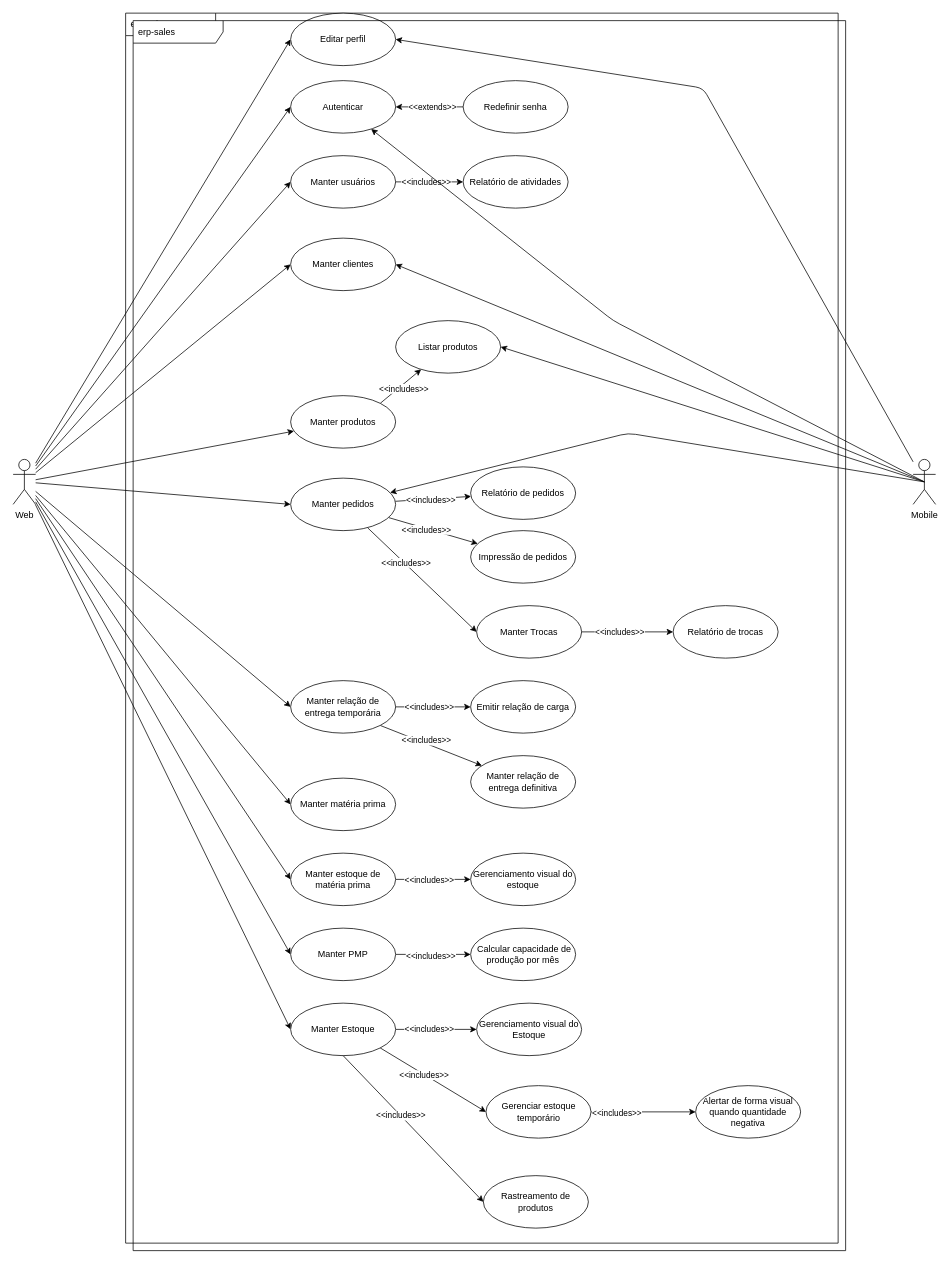
This is documentation/usecase-diagram.drawio from gabrielmrenno/erp_sales, a draw.io file, before an edit. Source tidied: cells renumbered, new cells numbered last; positions are measured from the earlier drawing's top-left corner, leaving out a move shared by most shapes. Both pictures are drawn from the tidied source at 75%, with x=0, y=0 at pixel (13, 13).
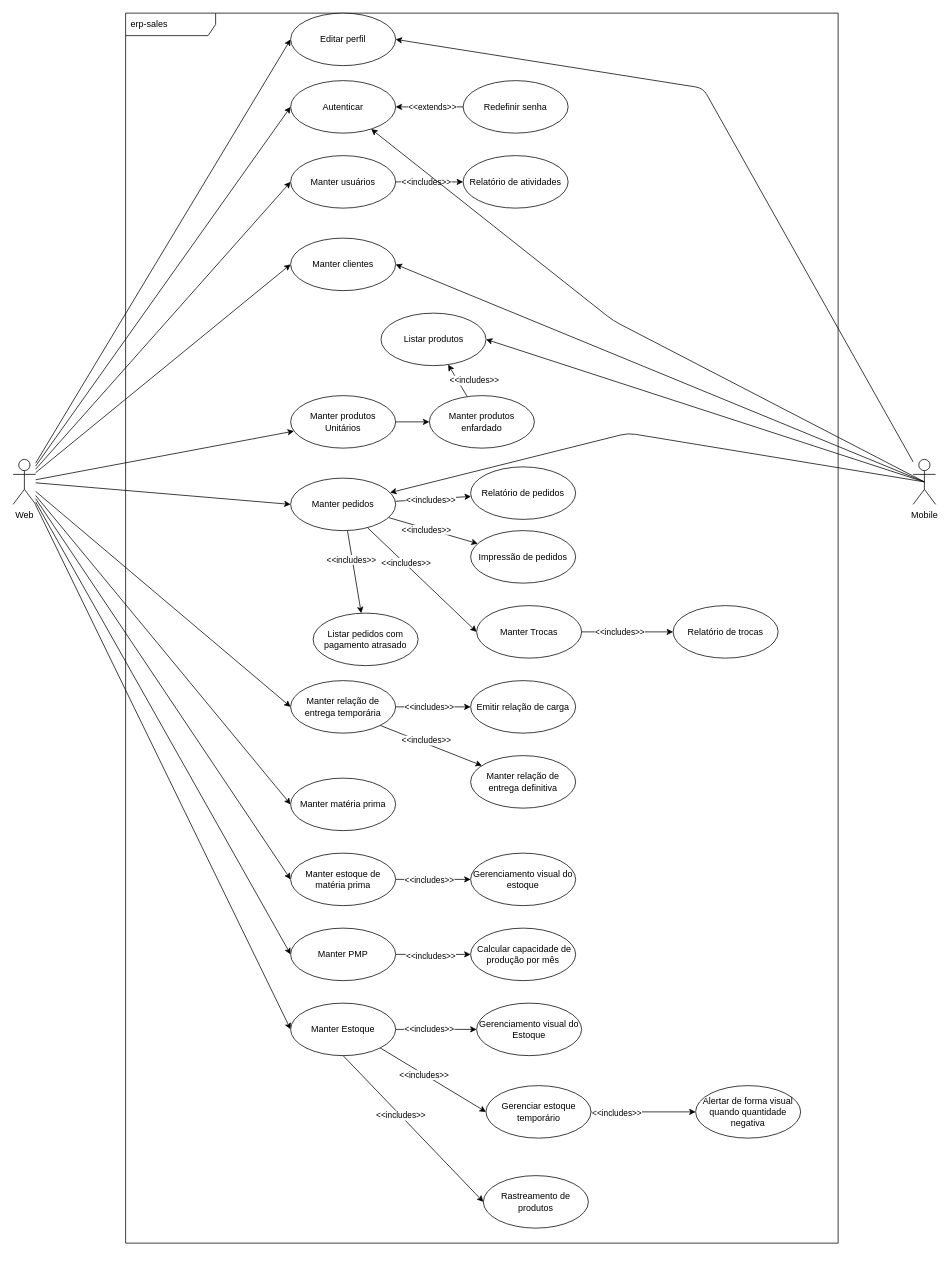
The same diagram, later.

Commit message (it also covers changes not shown here):
[ADD] Order table on class diagram, update Customer table and add list of payment delayed on use case diagram

Unchanged cells that the change refers to:
```xml
<mxCell id="29" value="Manter pedidos" style="ellipse;whiteSpace=wrap;html=1;" parent="1" vertex="1">
  <mxGeometry x="370" y="620" width="140" height="70" as="geometry" />
</mxCell>
```

The edit, as a diff of the source:
```diff
@@
-    <mxCell id="20" style="edgeStyle=none;html=1;exitX=1;exitY=0;exitDx=0;exitDy=0;fontFamily=Helvetica;fontSize=12;fontColor=rgb(240, 240, 240);" parent="1" edge="1" source="22" target="74">
+    <mxCell id="20" style="edgeStyle=none;html=1;fontFamily=Helvetica;fontSize=12;fontColor=rgb(240, 240, 240);" parent="1" edge="1" source="84" target="74">
       <mxGeometry relative="1" as="geometry" />
     </mxCell>
@@
+    <mxCell id="81" style="edgeStyle=none;html=1;" parent="1" edge="1" source="22" target="84">
+      <mxGeometry relative="1" as="geometry" />
+    </mxCell>
-    <mxCell id="22" value="Manter produtos" style="ellipse;whiteSpace=wrap;html=1;" parent="1" vertex="1">
+    <mxCell id="22" value="Manter produtos Unitários" style="ellipse;whiteSpace=wrap;html=1;" parent="1" vertex="1">
       <mxGeometry x="370" y="510" width="140" height="70" as="geometry" />
     </mxCell>
@@
+    <mxCell id="82" style="edgeStyle=none;html=1;" parent="1" edge="1" source="29" target="80">
+      <mxGeometry relative="1" as="geometry" />
+    </mxCell>
+    <mxCell id="83" value="&amp;lt;&amp;lt;includes&amp;gt;&amp;gt;" style="edgeLabel;html=1;align=center;verticalAlign=middle;" parent="82" vertex="1">
+      <mxGeometry x="-0.31" y="-2" relative="1" as="geometry" />
+    </mxCell>
@@
     <mxCell id="74" value="Listar produtos" style="ellipse;whiteSpace=wrap;html=1;" parent="1" vertex="1">
-      <mxGeometry x="510" y="410" width="140" height="70" as="geometry" />
+      <mxGeometry x="490.5" y="400" width="140" height="70" as="geometry" />
     </mxCell>
@@
-    <mxCell id="80" value="erp-sales" style="shape=umlFrame;whiteSpace=wrap;html=1;width=120;height=30;boundedLbl=1;verticalAlign=middle;align=left;spacingLeft=5;" parent="1" vertex="1">
-      <mxGeometry x="160" y="10" width="950" height="1640" as="geometry" />
+    <mxCell id="80" value="Listar pedidos com pagamento atrasado" style="ellipse;whiteSpace=wrap;html=1;" parent="1" vertex="1">
+      <mxGeometry x="400" y="800" width="140" height="70" as="geometry" />
     </mxCell>
+    <mxCell id="84" value="Manter produtos enfardado" style="ellipse;whiteSpace=wrap;html=1;" parent="1" vertex="1">
+      <mxGeometry x="555" y="510" width="140" height="70" as="geometry" />
+    </mxCell>
```
